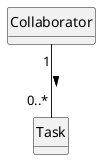
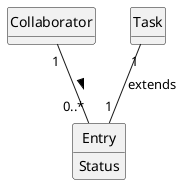
@startuml
skinparam monochrome true
skinparam packageStyle rectangle
skinparam shadowing false

'left to right direction

skinparam classAttributeIconSize 0

hide circle
hide methods

'title Domain Model

class Collaborator {

}

class Task {

}

+ class Entry {
+     Status
+ }

- Collaborator "1" -- "0..*" Task :  >
+ 
+ Collaborator "1" -- "0..*" Entry :  >
+ 
+ Task "1" -- "1" Entry : extends
@enduml